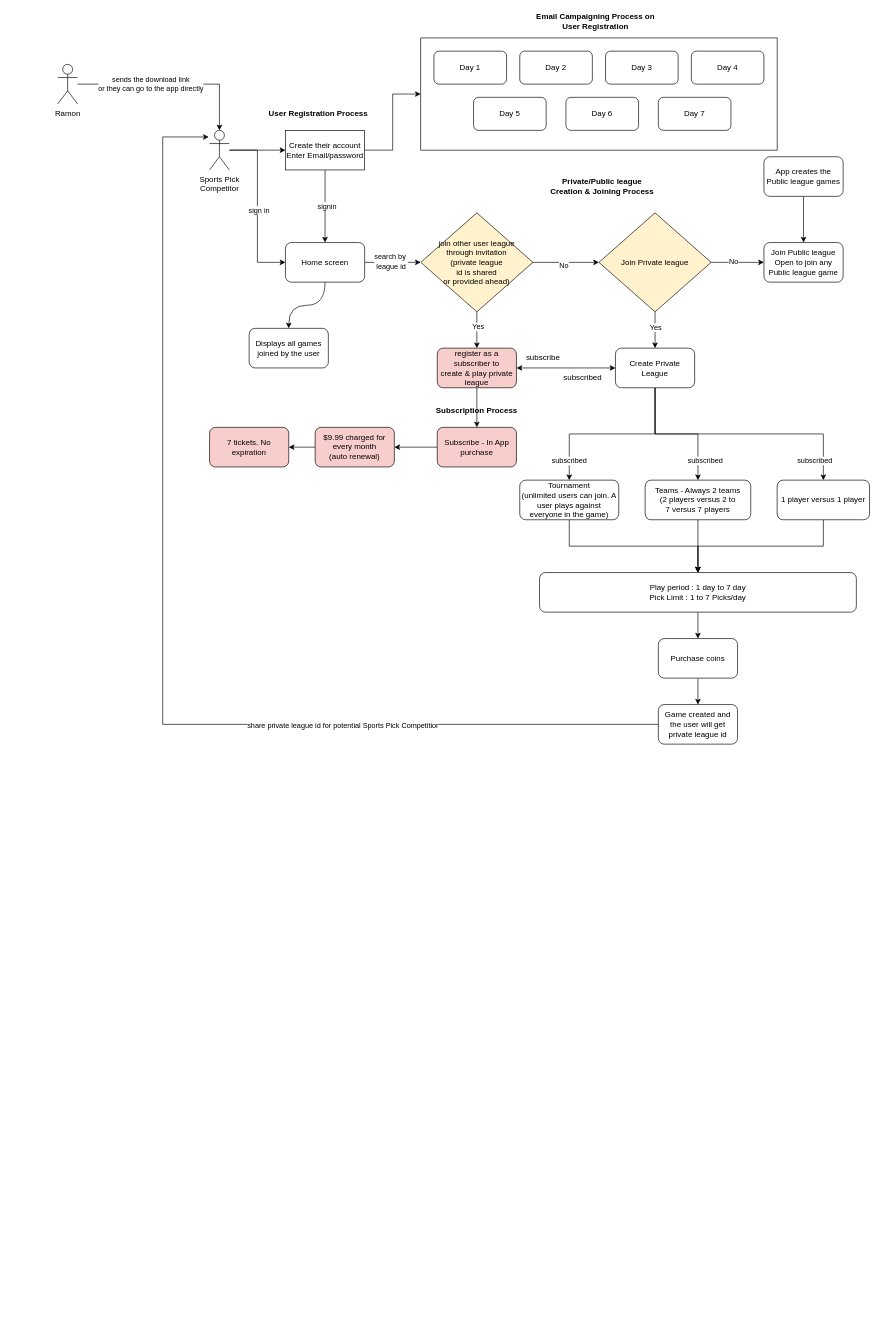
Before: page "Flow" (1 of 8) of PickWinners.drawio in coolsharepoint/Test, a draw.io diagram. Source tidied: cells renumbered, new cells numbered last; positions are measured from the earlier drawing's top-left corner, leaving out a move shared by most shapes. Both pictures are drawn from the tidied source at 66%, with x=0, y=0 at pixel (57, 11).
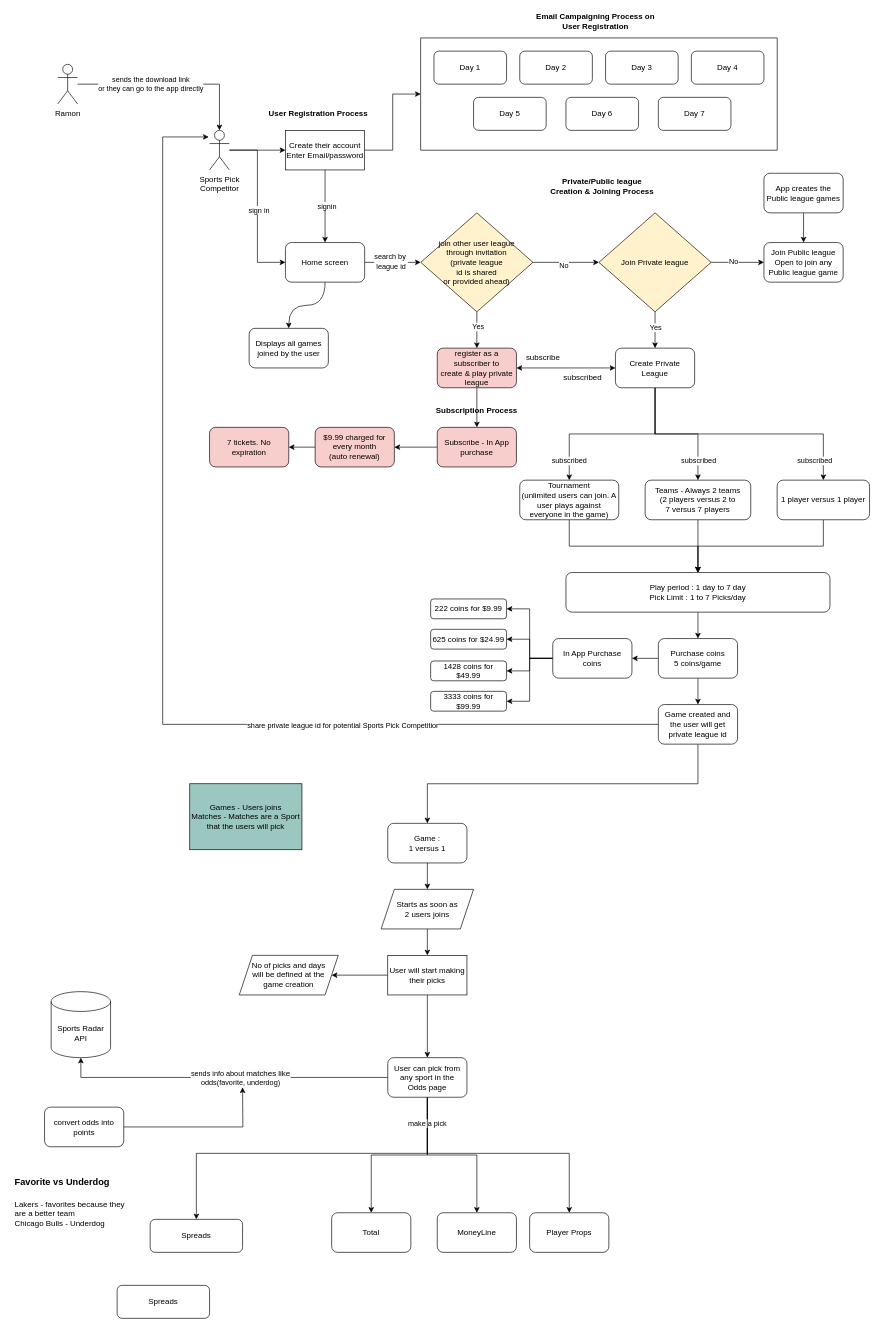
Above is the later version.

The change refers to these unchanged cells:
```xml
<mxCell id="58" value="Game created and the user will get private league id" style="rounded=1;whiteSpace=wrap;html=1;" parent="1" vertex="1">
  <mxGeometry x="910" y="1050" width="120" height="60" as="geometry" />
</mxCell>
```

The edit, as a diff of the source:
```diff
@@
     <mxCell id="43" value="App creates the Public league games" style="rounded=1;whiteSpace=wrap;html=1;" parent="1" vertex="1">
-      <mxGeometry x="1070" y="220" width="120" height="60" as="geometry" />
+      <mxGeometry x="1070" y="245" width="120" height="60" as="geometry" />
     </mxCell>
@@
     <mxCell id="54" value="subscribed" style="edgeLabel;html=1;align=center;verticalAlign=middle;" parent="1" vertex="1">
-      <mxGeometry x="980" y="680" as="geometry" />
+      <mxGeometry x="970" y="680" as="geometry" />
     </mxCell>
@@
     <mxCell id="57" value="Play period : 1 day to 7 day&lt;br&gt;Pick Limit : 1 to 7 Picks/day" style="rounded=1;whiteSpace=wrap;html=1;" parent="1" vertex="1">
-      <mxGeometry x="730" y="850" width="480" height="60" as="geometry" />
+      <mxGeometry x="770" y="850" width="400" height="60" as="geometry" />
     </mxCell>
+    <mxCell id="73" style="edgeStyle=orthogonalEdgeStyle;rounded=0;jettySize=auto;html=1;exitX=0.5;exitY=1;exitDx=0;exitDy=0;entryX=0.5;entryY=0;entryDx=0;entryDy=0;" parent="1" edge="1" source="58" target="85">
+      <mxGeometry relative="1" as="geometry" />
+    </mxCell>
@@
+    <mxCell id="74" style="edgeStyle=orthogonalEdgeStyle;rounded=0;jettySize=auto;html=1;entryX=1;entryY=0.5;entryDx=0;entryDy=0;" parent="1" edge="1" source="64" target="79">
+      <mxGeometry relative="1" as="geometry" />
+    </mxCell>
-    <mxCell id="64" value="Purchase coins" style="rounded=1;whiteSpace=wrap;html=1;" parent="1" vertex="1">
+    <mxCell id="64" value="Purchase coins&lt;br&gt;5 coins/game" style="rounded=1;whiteSpace=wrap;html=1;" parent="1" vertex="1">
       <mxGeometry x="910" y="950" width="120" height="60" as="geometry" />
     </mxCell>
@@
+    <mxCell id="75" style="edgeStyle=orthogonalEdgeStyle;rounded=0;jettySize=auto;html=1;entryX=1;entryY=0.5;entryDx=0;entryDy=0;" parent="1" edge="1" source="79" target="80">
+      <mxGeometry relative="1" as="geometry" />
+    </mxCell>
+    <mxCell id="76" style="edgeStyle=orthogonalEdgeStyle;rounded=0;jettySize=auto;html=1;entryX=1;entryY=0.5;entryDx=0;entryDy=0;" parent="1" edge="1" source="79" target="81">
+      <mxGeometry relative="1" as="geometry" />
+    </mxCell>
+    <mxCell id="77" style="edgeStyle=orthogonalEdgeStyle;rounded=0;jettySize=auto;html=1;entryX=1;entryY=0.5;entryDx=0;entryDy=0;" parent="1" edge="1" source="79" target="83">
+      <mxGeometry relative="1" as="geometry" />
+    </mxCell>
+    <mxCell id="78" style="edgeStyle=orthogonalEdgeStyle;rounded=0;jettySize=auto;html=1;entryX=1;entryY=0.5;entryDx=0;entryDy=0;" parent="1" edge="1" source="79" target="82">
+      <mxGeometry relative="1" as="geometry" />
+    </mxCell>
+    <mxCell id="79" value="In App Purchase coins" style="rounded=1;whiteSpace=wrap;html=1;" parent="1" vertex="1">
+      <mxGeometry x="750" y="950" width="120" height="60" as="geometry" />
+    </mxCell>
+    <mxCell id="80" value="222 coins for $9.99" style="rounded=1;whiteSpace=wrap;html=1;" parent="1" vertex="1">
+      <mxGeometry x="565" y="890" width="115" height="30" as="geometry" />
+    </mxCell>
+    <mxCell id="81" value="625 coins for $24.99" style="rounded=1;whiteSpace=wrap;html=1;" parent="1" vertex="1">
+      <mxGeometry x="565" y="936" width="115" height="30" as="geometry" />
+    </mxCell>
+    <mxCell id="82" value="3333 coins for $99.99" style="rounded=1;whiteSpace=wrap;html=1;" parent="1" vertex="1">
+      <mxGeometry x="565" y="1030" width="115" height="30" as="geometry" />
+    </mxCell>
+    <mxCell id="83" value="1428 coins for $49.99" style="rounded=1;whiteSpace=wrap;html=1;" parent="1" vertex="1">
+      <mxGeometry x="565" y="984" width="115" height="30" as="geometry" />
+    </mxCell>
+    <mxCell id="84" style="edgeStyle=orthogonalEdgeStyle;rounded=0;jettySize=auto;html=1;entryX=0.5;entryY=0;entryDx=0;entryDy=0;" parent="1" edge="1" source="85" target="87">
+      <mxGeometry relative="1" as="geometry" />
+    </mxCell>
+    <mxCell id="85" value="Game :&lt;br&gt;1 versus 1" style="rounded=1;whiteSpace=wrap;html=1;" parent="1" vertex="1">
+      <mxGeometry x="500" y="1230" width="120" height="60" as="geometry" />
+    </mxCell>
+    <mxCell id="86" style="edgeStyle=orthogonalEdgeStyle;rounded=0;jettySize=auto;html=1;entryX=0.5;entryY=0;entryDx=0;entryDy=0;" parent="1" edge="1" source="87" target="90">
+      <mxGeometry relative="1" as="geometry" />
+    </mxCell>
+    <mxCell id="87" value="Starts as soon as &lt;br&gt;2 users joins" style="shape=parallelogram;perimeter=parallelogramPerimeter;whiteSpace=wrap;html=1;fixedSize=1;" parent="1" vertex="1">
+      <mxGeometry x="490" y="1330" width="140" height="60" as="geometry" />
+    </mxCell>
+    <mxCell id="88" style="edgeStyle=orthogonalEdgeStyle;rounded=0;jettySize=auto;html=1;entryX=1;entryY=0.5;entryDx=0;entryDy=0;" parent="1" edge="1" source="90" target="91">
+      <mxGeometry relative="1" as="geometry" />
+    </mxCell>
+    <mxCell id="89" style="edgeStyle=orthogonalEdgeStyle;rounded=0;jettySize=auto;html=1;entryX=0.5;entryY=0;entryDx=0;entryDy=0;" parent="1" edge="1" source="90" target="99">
+      <mxGeometry relative="1" as="geometry" />
+    </mxCell>
+    <mxCell id="90" value="User will start making their picks" style="rounded=0;whiteSpace=wrap;html=1;" parent="1" vertex="1">
+      <mxGeometry x="500" y="1430" width="120" height="60" as="geometry" />
+    </mxCell>
+    <mxCell id="91" value="No of picks and days &lt;br&gt;will be defined at the&lt;br&gt;game creation" style="shape=parallelogram;perimeter=parallelogramPerimeter;whiteSpace=wrap;html=1;fixedSize=1;rounded=0;" parent="1" vertex="1">
+      <mxGeometry x="275" y="1430" width="150" height="60" as="geometry" />
+    </mxCell>
+    <mxCell id="92" style="edgeStyle=orthogonalEdgeStyle;rounded=0;jettySize=auto;html=1;entryX=0.5;entryY=1;entryDx=0;entryDy=0;entryPerimeter=0;" parent="1" edge="1" source="99" target="105">
+      <mxGeometry relative="1" as="geometry" />
+    </mxCell>
+    <mxCell id="93" value="sends info about&amp;nbsp;&lt;span style=&quot;font-size: 12px; background-color: rgb(251, 251, 251);&quot;&gt;matches like&lt;/span&gt;&lt;br style=&quot;border-color: var(--border-color); background-color: rgb(251, 251, 251);&quot;&gt;&lt;span style=&quot;border-color: var(--border-color);&quot;&gt;odds(favorite, underdog)&lt;/span&gt;" style="edgeLabel;html=1;align=center;verticalAlign=middle;" parent="92" vertex="1">
+      <mxGeometry x="-0.13" y="-3" relative="1" as="geometry">
+        <mxPoint x="-9" y="3" as="offset" />
+      </mxGeometry>
+    </mxCell>
+    <mxCell id="94" style="edgeStyle=orthogonalEdgeStyle;rounded=0;jettySize=auto;html=1;" parent="1" edge="1" source="99" target="102">
+      <mxGeometry relative="1" as="geometry" />
+    </mxCell>
+    <mxCell id="95" style="edgeStyle=orthogonalEdgeStyle;rounded=0;jettySize=auto;html=1;" parent="1" edge="1" source="99" target="103">
+      <mxGeometry relative="1" as="geometry" />
+    </mxCell>
+    <mxCell id="96" style="edgeStyle=orthogonalEdgeStyle;rounded=0;jettySize=auto;html=1;" parent="1" edge="1" source="99" target="104">
+      <mxGeometry relative="1" as="geometry">
+        <Array as="points">
+          <mxPoint x="560" y="1730" />
+          <mxPoint x="775" y="1730" />
+        </Array>
+      </mxGeometry>
+    </mxCell>
+    <mxCell id="97" value="make a pick" style="edgeLabel;html=1;align=center;verticalAlign=middle;" parent="96" vertex="1">
+      <mxGeometry x="-0.8" y="-1" relative="1" as="geometry" />
+    </mxCell>
+    <mxCell id="98" style="edgeStyle=orthogonalEdgeStyle;rounded=0;jettySize=auto;html=1;" parent="1" edge="1" source="99" target="101">
+      <mxGeometry relative="1" as="geometry">
+        <Array as="points">
+          <mxPoint x="560" y="1730" />
+          <mxPoint x="210" y="1730" />
+        </Array>
+      </mxGeometry>
+    </mxCell>
+    <mxCell id="99" value="User can pick from any sport in the &lt;br&gt;Odds page" style="rounded=1;whiteSpace=wrap;html=1;" parent="1" vertex="1">
+      <mxGeometry x="500" y="1585" width="120" height="60" as="geometry" />
+    </mxCell>
+    <mxCell id="100" value="Games - Users joins&lt;br&gt;Matches - Matches are a Sport that the users will pick" style="rounded=0;whiteSpace=wrap;html=1;fillColor=#9AC7BF;" parent="1" vertex="1">
+      <mxGeometry x="200" y="1170" width="170" height="100" as="geometry" />
+    </mxCell>
+    <mxCell id="101" value="Spreads" style="rounded=1;whiteSpace=wrap;html=1;" parent="1" vertex="1">
+      <mxGeometry x="140" y="1830" width="140" height="50" as="geometry" />
+    </mxCell>
+    <mxCell id="102" value="Total" style="rounded=1;whiteSpace=wrap;html=1;" parent="1" vertex="1">
+      <mxGeometry x="415" y="1820" width="120" height="60" as="geometry" />
+    </mxCell>
+    <mxCell id="103" value="MoneyLine" style="rounded=1;whiteSpace=wrap;html=1;" parent="1" vertex="1">
+      <mxGeometry x="575" y="1820" width="120" height="60" as="geometry" />
+    </mxCell>
+    <mxCell id="104" value="Player Props" style="rounded=1;whiteSpace=wrap;html=1;" parent="1" vertex="1">
+      <mxGeometry x="715" y="1820" width="120" height="60" as="geometry" />
+    </mxCell>
+    <mxCell id="105" value="Sports Radar&lt;br&gt;API" style="shape=cylinder3;whiteSpace=wrap;html=1;boundedLbl=1;backgroundOutline=1;size=15;" parent="1" vertex="1">
+      <mxGeometry x="-10" y="1485" width="90" height="100" as="geometry" />
+    </mxCell>
+    <mxCell id="106" value="&lt;h1&gt;&lt;font style=&quot;font-size: 14px;&quot;&gt;Favorite vs Underdog&lt;/font&gt;&lt;/h1&gt;&lt;div&gt;Lakers - favorites because they are a better team&lt;/div&gt;&lt;div&gt;Chicago Bulls - Underdog&lt;/div&gt;&lt;div&gt;&lt;br&gt;&lt;/div&gt;&lt;div&gt;&lt;br&gt;&lt;/div&gt;&lt;div&gt;&lt;br&gt;&lt;/div&gt;" style="text;html=1;strokeColor=none;fillColor=none;spacing=5;spacingTop=-20;whiteSpace=wrap;overflow=hidden;rounded=0;" parent="1" vertex="1">
+      <mxGeometry x="-70" y="1750" width="180" height="120" as="geometry" />
+    </mxCell>
+    <mxCell id="107" style="edgeStyle=orthogonalEdgeStyle;rounded=0;jettySize=auto;html=1;" parent="1" edge="1" source="108">
+      <mxGeometry relative="1" as="geometry">
+        <mxPoint x="280" y="1630" as="targetPoint" />
+      </mxGeometry>
+    </mxCell>
+    <mxCell id="108" value="convert odds into points" style="rounded=1;whiteSpace=wrap;html=1;" parent="1" vertex="1">
+      <mxGeometry x="-20" y="1660" width="120" height="60" as="geometry" />
+    </mxCell>
+    <mxCell id="109" value="Spreads" style="rounded=1;whiteSpace=wrap;html=1;" parent="1" vertex="1">
+      <mxGeometry x="90" y="1930" width="140" height="50" as="geometry" />
+    </mxCell>
```
